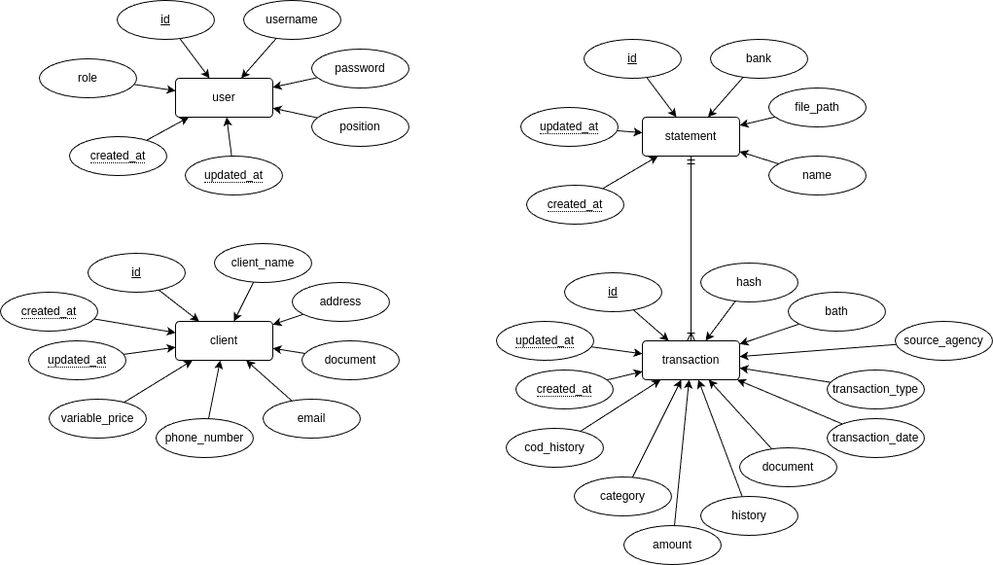
Above: Artefatos/Modelagem/Diagrama de Entidade-Relacionamento.drawio.png in marcosffp/hortifruti (draw.io), before the change. Source tidied: cells renumbered, new cells last; positions are measured from the earlier drawing's top-left corner, leaving out a move shared by most shapes.
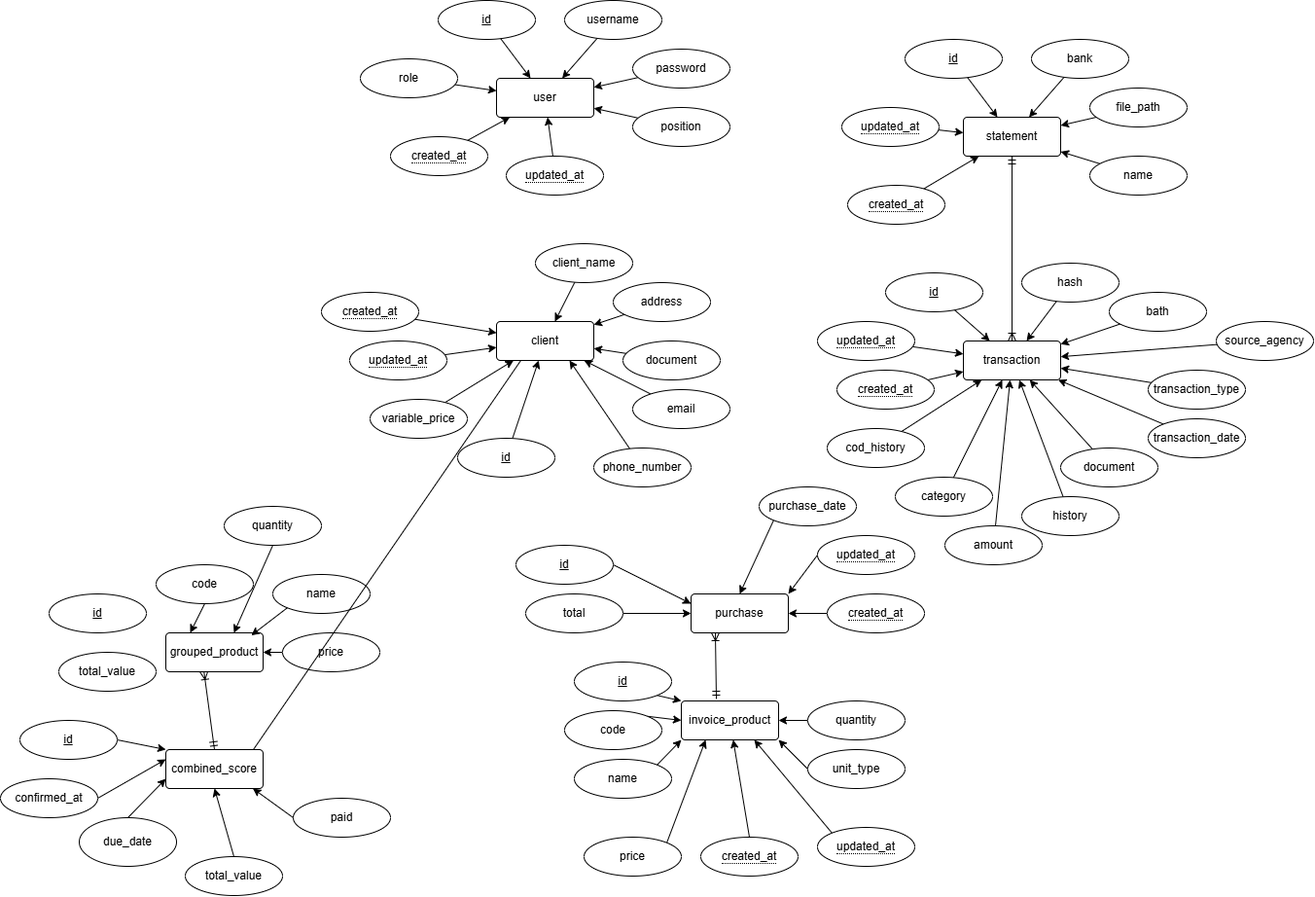
After the change.

Commit message:
mais alterações, ainda falta corrigir algumas entidades e adicionar outras

What changed in the source:
```diff
@@ -177,7 +177,7 @@
       <mxGeometry relative="1" as="geometry" />
     </mxCell>
     <mxCell id="60" value="id" style="ellipse;whiteSpace=wrap;html=1;align=center;fontStyle=4;" parent="1" vertex="1">
-      <mxGeometry x="90" y="260" width="100" height="40" as="geometry" />
+      <mxGeometry x="140" y="450" width="100" height="40" as="geometry" />
     </mxCell>
     <mxCell id="61" style="edgeStyle=none;html=1;" parent="1" edge="1" source="62" target="58">
       <mxGeometry relative="1" as="geometry" />
@@ -201,13 +201,13 @@
       <mxGeometry relative="1" as="geometry" />
     </mxCell>
     <mxCell id="68" value="email" style="ellipse;whiteSpace=wrap;html=1;align=center;" parent="1" vertex="1">
-      <mxGeometry x="270" y="410" width="100" height="40" as="geometry" />
+      <mxGeometry x="320" y="400" width="100" height="40" as="geometry" />
     </mxCell>
-    <mxCell id="69" style="edgeStyle=none;html=1;" parent="1" edge="1" source="70" target="58">
+    <mxCell id="69" style="edgeStyle=none;html=1;entryX=0.75;entryY=1;entryDx=0;entryDy=0;" parent="1" edge="1" source="70" target="58">
       <mxGeometry relative="1" as="geometry" />
     </mxCell>
     <mxCell id="70" value="phone_number" style="ellipse;whiteSpace=wrap;html=1;align=center;" parent="1" vertex="1">
-      <mxGeometry x="160" y="430" width="100" height="40" as="geometry" />
+      <mxGeometry x="280" y="460" width="100" height="40" as="geometry" />
     </mxCell>
     <mxCell id="71" style="edgeStyle=none;html=1;" parent="1" edge="1" source="72" target="58">
       <mxGeometry relative="1" as="geometry" />
@@ -227,5 +227,170 @@
     <mxCell id="76" value="&lt;span style=&quot;border-bottom: 1px dotted&quot;&gt;updated_at&lt;/span&gt;" style="ellipse;whiteSpace=wrap;html=1;align=center;" parent="1" vertex="1">
       <mxGeometry x="29" y="350" width="100" height="40" as="geometry" />
     </mxCell>
+    <mxCell id="77" value="purchase" style="rounded=1;arcSize=10;whiteSpace=wrap;html=1;align=center;" parent="1" vertex="1">
+      <mxGeometry x="380" y="610" width="100" height="40" as="geometry" />
+    </mxCell>
+    <mxCell id="78" style="edgeStyle=none;html=1;exitX=1;exitY=0.5;exitDx=0;exitDy=0;entryX=0;entryY=0.25;entryDx=0;entryDy=0;" parent="1" edge="1" source="79" target="77">
+      <mxGeometry relative="1" as="geometry" />
+    </mxCell>
+    <mxCell id="79" value="id" style="ellipse;whiteSpace=wrap;html=1;align=center;fontStyle=4;" parent="1" vertex="1">
+      <mxGeometry x="200" y="560" width="100" height="40" as="geometry" />
+    </mxCell>
+    <mxCell id="80" style="edgeStyle=none;html=1;exitX=0;exitY=1;exitDx=0;exitDy=0;entryX=0.5;entryY=0;entryDx=0;entryDy=0;" parent="1" edge="1" source="81" target="77">
+      <mxGeometry relative="1" as="geometry" />
+    </mxCell>
+    <mxCell id="81" value="purchase_date" style="ellipse;whiteSpace=wrap;html=1;align=center;" parent="1" vertex="1">
+      <mxGeometry x="450" y="500" width="100" height="40" as="geometry" />
+    </mxCell>
+    <mxCell id="82" style="edgeStyle=none;html=1;exitX=1;exitY=0.5;exitDx=0;exitDy=0;entryX=0;entryY=0.5;entryDx=0;entryDy=0;" parent="1" edge="1" source="83" target="77">
+      <mxGeometry relative="1" as="geometry" />
+    </mxCell>
+    <mxCell id="83" value="total" style="ellipse;whiteSpace=wrap;html=1;align=center;" parent="1" vertex="1">
+      <mxGeometry x="210" y="610" width="100" height="40" as="geometry" />
+    </mxCell>
+    <mxCell id="84" style="edgeStyle=none;html=1;exitX=0;exitY=0.5;exitDx=0;exitDy=0;entryX=1;entryY=0;entryDx=0;entryDy=0;" parent="1" edge="1" source="85" target="77">
+      <mxGeometry relative="1" as="geometry" />
+    </mxCell>
+    <mxCell id="85" value="&lt;span style=&quot;border-bottom: 1px dotted&quot;&gt;updated_at&lt;/span&gt;" style="ellipse;whiteSpace=wrap;html=1;align=center;" parent="1" vertex="1">
+      <mxGeometry x="510" y="550" width="100" height="40" as="geometry" />
+    </mxCell>
+    <mxCell id="86" style="edgeStyle=none;html=1;exitX=0;exitY=0.5;exitDx=0;exitDy=0;entryX=1;entryY=0.5;entryDx=0;entryDy=0;" parent="1" edge="1" source="87" target="77">
+      <mxGeometry relative="1" as="geometry" />
+    </mxCell>
+    <mxCell id="87" value="&lt;span style=&quot;border-bottom: 1px dotted&quot;&gt;created_at&lt;/span&gt;" style="ellipse;whiteSpace=wrap;html=1;align=center;" parent="1" vertex="1">
+      <mxGeometry x="520" y="610" width="100" height="40" as="geometry" />
+    </mxCell>
+    <mxCell id="88" value="invoice_product" style="rounded=1;arcSize=10;whiteSpace=wrap;html=1;align=center;" parent="1" vertex="1">
+      <mxGeometry x="370" y="720" width="100" height="40" as="geometry" />
+    </mxCell>
+    <mxCell id="89" style="edgeStyle=none;html=1;exitX=1;exitY=1;exitDx=0;exitDy=0;entryX=0;entryY=0;entryDx=0;entryDy=0;" parent="1" edge="1" source="90" target="88">
+      <mxGeometry relative="1" as="geometry" />
+    </mxCell>
+    <mxCell id="90" value="id" style="ellipse;whiteSpace=wrap;html=1;align=center;fontStyle=4;" parent="1" vertex="1">
+      <mxGeometry x="260" y="680" width="100" height="40" as="geometry" />
+    </mxCell>
+    <mxCell id="91" style="edgeStyle=none;html=1;exitX=1;exitY=0;exitDx=0;exitDy=0;entryX=0;entryY=0.5;entryDx=0;entryDy=0;" parent="1" edge="1" source="92" target="88">
+      <mxGeometry relative="1" as="geometry" />
+    </mxCell>
+    <mxCell id="92" value="code" style="ellipse;whiteSpace=wrap;html=1;align=center;" parent="1" vertex="1">
+      <mxGeometry x="250" y="730" width="100" height="40" as="geometry" />
+    </mxCell>
+    <mxCell id="93" style="edgeStyle=none;html=1;exitX=1;exitY=0;exitDx=0;exitDy=0;entryX=0;entryY=1;entryDx=0;entryDy=0;" parent="1" edge="1" source="94" target="88">
+      <mxGeometry relative="1" as="geometry" />
+    </mxCell>
+    <mxCell id="94" value="name" style="ellipse;whiteSpace=wrap;html=1;align=center;" parent="1" vertex="1">
+      <mxGeometry x="260" y="780" width="100" height="40" as="geometry" />
+    </mxCell>
+    <mxCell id="95" style="edgeStyle=none;html=1;exitX=1;exitY=0;exitDx=0;exitDy=0;entryX=0.25;entryY=1;entryDx=0;entryDy=0;" parent="1" edge="1" source="96" target="88">
+      <mxGeometry relative="1" as="geometry" />
+    </mxCell>
+    <mxCell id="96" value="price" style="ellipse;whiteSpace=wrap;html=1;align=center;" parent="1" vertex="1">
+      <mxGeometry x="270" y="860" width="100" height="40" as="geometry" />
+    </mxCell>
+    <mxCell id="97" style="edgeStyle=none;html=1;exitX=0;exitY=0.5;exitDx=0;exitDy=0;entryX=1;entryY=1;entryDx=0;entryDy=0;" parent="1" edge="1" source="98" target="88">
+      <mxGeometry relative="1" as="geometry" />
+    </mxCell>
+    <mxCell id="98" value="unit_type" style="ellipse;whiteSpace=wrap;html=1;align=center;" parent="1" vertex="1">
+      <mxGeometry x="500" y="770" width="100" height="40" as="geometry" />
+    </mxCell>
+    <mxCell id="99" style="edgeStyle=none;html=1;exitX=0;exitY=0.5;exitDx=0;exitDy=0;entryX=1;entryY=0.5;entryDx=0;entryDy=0;" parent="1" edge="1" source="100" target="88">
+      <mxGeometry relative="1" as="geometry" />
+    </mxCell>
+    <mxCell id="100" value="quantity" style="ellipse;whiteSpace=wrap;html=1;align=center;" parent="1" vertex="1">
+      <mxGeometry x="500" y="720" width="100" height="40" as="geometry" />
+    </mxCell>
+    <mxCell id="101" style="edgeStyle=none;html=1;exitX=0.5;exitY=0;exitDx=0;exitDy=0;" parent="1" edge="1" source="102" target="88">
+      <mxGeometry relative="1" as="geometry" />
+    </mxCell>
+    <mxCell id="102" value="&lt;span style=&quot;border-bottom: 1px dotted&quot;&gt;created_at&lt;/span&gt;" style="ellipse;whiteSpace=wrap;html=1;align=center;" parent="1" vertex="1">
+      <mxGeometry x="390" y="860" width="100" height="40" as="geometry" />
+    </mxCell>
+    <mxCell id="103" style="edgeStyle=none;html=1;exitX=0;exitY=0;exitDx=0;exitDy=0;entryX=0.75;entryY=1;entryDx=0;entryDy=0;" parent="1" edge="1" source="104" target="88">
+      <mxGeometry relative="1" as="geometry" />
+    </mxCell>
+    <mxCell id="104" value="&lt;span style=&quot;border-bottom: 1px dotted&quot;&gt;updated_at&lt;/span&gt;" style="ellipse;whiteSpace=wrap;html=1;align=center;" parent="1" vertex="1">
+      <mxGeometry x="510" y="850" width="100" height="40" as="geometry" />
+    </mxCell>
+    <mxCell id="105" style="edgeStyle=none;html=1;endArrow=ERoneToMany;endFill=0;startArrow=ERmandOne;startFill=0;exitX=0.36;exitY=-0.05;exitDx=0;exitDy=0;exitPerimeter=0;entryX=0.25;entryY=1;entryDx=0;entryDy=0;" parent="1" edge="1" source="88" target="77">
+      <mxGeometry relative="1" as="geometry" />
+    </mxCell>
+    <mxCell id="106" value="grouped_product" style="rounded=1;arcSize=10;whiteSpace=wrap;html=1;align=center;" parent="1" vertex="1">
+      <mxGeometry x="-160" y="650" width="100" height="40" as="geometry" />
+    </mxCell>
+    <mxCell id="107" value="&lt;u&gt;id&lt;/u&gt;" style="ellipse;whiteSpace=wrap;html=1;align=center;" parent="1" vertex="1">
+      <mxGeometry x="-280" y="610" width="100" height="40" as="geometry" />
+    </mxCell>
+    <mxCell id="108" style="edgeStyle=none;html=1;exitX=0.5;exitY=1;exitDx=0;exitDy=0;entryX=0.25;entryY=0;entryDx=0;entryDy=0;" parent="1" edge="1" source="109" target="106">
+      <mxGeometry relative="1" as="geometry" />
+    </mxCell>
+    <mxCell id="109" value="code" style="ellipse;whiteSpace=wrap;html=1;align=center;" parent="1" vertex="1">
+      <mxGeometry x="-170" y="580" width="100" height="40" as="geometry" />
+    </mxCell>
+    <mxCell id="110" value="total_value" style="ellipse;whiteSpace=wrap;html=1;align=center;" parent="1" vertex="1">
+      <mxGeometry x="-270" y="670" width="100" height="40" as="geometry" />
+    </mxCell>
+    <mxCell id="111" style="edgeStyle=none;html=1;exitX=0;exitY=0.5;exitDx=0;exitDy=0;entryX=1;entryY=0.5;entryDx=0;entryDy=0;" parent="1" edge="1" source="112" target="106">
+      <mxGeometry relative="1" as="geometry" />
+    </mxCell>
+    <mxCell id="112" value="price" style="ellipse;whiteSpace=wrap;html=1;align=center;" parent="1" vertex="1">
+      <mxGeometry x="-40" y="650" width="100" height="40" as="geometry" />
+    </mxCell>
+    <mxCell id="113" style="edgeStyle=none;html=1;exitX=0.5;exitY=1;exitDx=0;exitDy=0;" parent="1" edge="1" source="114">
+      <mxGeometry relative="1" as="geometry">
+        <mxPoint x="-90" y="650" as="targetPoint" />
+      </mxGeometry>
+    </mxCell>
+    <mxCell id="114" value="quantity" style="ellipse;whiteSpace=wrap;html=1;align=center;" parent="1" vertex="1">
+      <mxGeometry x="-100" y="520" width="100" height="40" as="geometry" />
+    </mxCell>
+    <mxCell id="115" value="name" style="ellipse;whiteSpace=wrap;html=1;align=center;" parent="1" vertex="1">
+      <mxGeometry x="-50" y="590" width="100" height="40" as="geometry" />
+    </mxCell>
+    <mxCell id="116" value="combined_score" style="rounded=1;arcSize=10;whiteSpace=wrap;html=1;align=center;" parent="1" vertex="1">
+      <mxGeometry x="-160" y="770" width="100" height="40" as="geometry" />
+    </mxCell>
+    <mxCell id="117" style="edgeStyle=none;html=1;exitX=1;exitY=0.5;exitDx=0;exitDy=0;entryX=0;entryY=0;entryDx=0;entryDy=0;" parent="1" edge="1" source="118" target="116">
+      <mxGeometry relative="1" as="geometry" />
+    </mxCell>
+    <mxCell id="118" value="&lt;u&gt;id&lt;/u&gt;" style="ellipse;whiteSpace=wrap;html=1;align=center;" parent="1" vertex="1">
+      <mxGeometry x="-310" y="740" width="100" height="40" as="geometry" />
+    </mxCell>
+    <mxCell id="119" style="edgeStyle=none;html=1;exitX=1;exitY=0.5;exitDx=0;exitDy=0;entryX=0;entryY=0.25;entryDx=0;entryDy=0;" parent="1" edge="1" source="120" target="116">
+      <mxGeometry relative="1" as="geometry" />
+    </mxCell>
+    <mxCell id="120" value="confirmed_at" style="ellipse;whiteSpace=wrap;html=1;align=center;" parent="1" vertex="1">
+      <mxGeometry x="-330" y="800" width="100" height="40" as="geometry" />
+    </mxCell>
+    <mxCell id="121" style="edgeStyle=none;html=1;exitX=0.5;exitY=0;exitDx=0;exitDy=0;entryX=0;entryY=0.75;entryDx=0;entryDy=0;" parent="1" edge="1" source="122" target="116">
+      <mxGeometry relative="1" as="geometry" />
+    </mxCell>
+    <mxCell id="122" value="due_date" style="ellipse;whiteSpace=wrap;html=1;align=center;" parent="1" vertex="1">
+      <mxGeometry x="-249" y="840" width="100" height="50" as="geometry" />
+    </mxCell>
+    <mxCell id="123" style="edgeStyle=none;html=1;exitX=0.5;exitY=0;exitDx=0;exitDy=0;entryX=0.5;entryY=1;entryDx=0;entryDy=0;" parent="1" edge="1" source="124" target="116">
+      <mxGeometry relative="1" as="geometry" />
+    </mxCell>
+    <mxCell id="124" value="total_value" style="ellipse;whiteSpace=wrap;html=1;align=center;" parent="1" vertex="1">
+      <mxGeometry x="-140" y="880" width="100" height="40" as="geometry" />
+    </mxCell>
+    <mxCell id="125" value="paid" style="ellipse;whiteSpace=wrap;html=1;align=center;" parent="1" vertex="1">
+      <mxGeometry x="-29" y="820" width="100" height="40" as="geometry" />
+    </mxCell>
+    <mxCell id="126" style="edgeStyle=none;html=1;endArrow=ERoneToMany;endFill=0;startArrow=ERmandOne;startFill=0;exitX=0.5;exitY=0;exitDx=0;exitDy=0;entryX=0.25;entryY=1;entryDx=0;entryDy=0;" parent="1" edge="1" source="116">
+      <mxGeometry relative="1" as="geometry">
+        <mxPoint x="-120.8" y="690" as="targetPoint" />
+      </mxGeometry>
+    </mxCell>
+    <mxCell id="127" style="edgeStyle=none;html=1;exitX=0;exitY=1;exitDx=0;exitDy=0;entryX=0.879;entryY=0.065;entryDx=0;entryDy=0;entryPerimeter=0;" parent="1" edge="1" source="115" target="106">
+      <mxGeometry relative="1" as="geometry" />
+    </mxCell>
+    <mxCell id="128" style="edgeStyle=none;html=1;exitX=0;exitY=0.5;exitDx=0;exitDy=0;entryX=0.895;entryY=1;entryDx=0;entryDy=0;entryPerimeter=0;" parent="1" edge="1" source="125" target="116">
+      <mxGeometry relative="1" as="geometry" />
+    </mxCell>
+    <mxCell id="129" style="endArrow=none;html=1;entryX=0.25;entryY=1;entryDx=0;entryDy=0;" parent="1" edge="1" target="58">
+      <mxGeometry relative="1" as="geometry">
+        <mxPoint x="-70" y="770" as="sourcePoint" />
+      </mxGeometry>
+    </mxCell>
   </root>
 </mxGraphModel>
```
